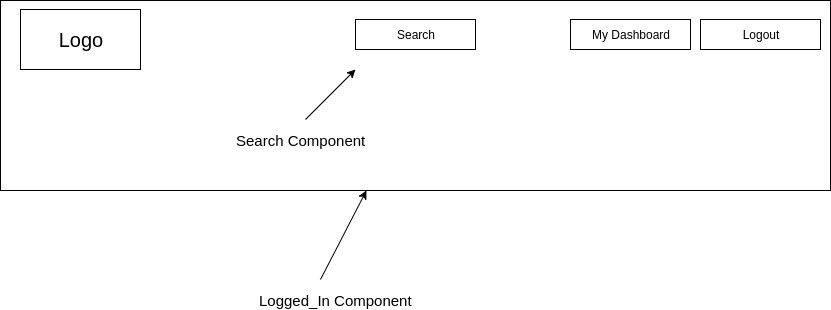
This is docs/wireframes/logged_in.png from bokats/project_proposal, a draw.io export, as it was before one commit. Source tidied: cells renumbered, new cells last; positions are measured from the earlier drawing's top-left corner, leaving out a move shared by most shapes.
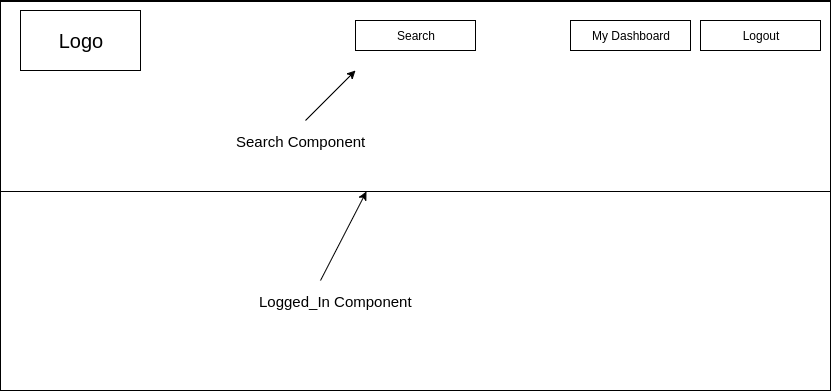
Later version of the same file.

Change to the diagram source:
```diff
@@ -2,6 +2,9 @@
   <root>
     <mxCell id="0" />
     <mxCell id="1" parent="0" />
+    <mxCell id="11" style="whiteSpace=wrap;html=1;fontSize=18;align=center;" parent="1" vertex="1">
+      <mxGeometry y="-1" width="830" height="390" as="geometry" />
+    </mxCell>
     <mxCell id="2" style="whiteSpace=wrap;html=1;align=center;" parent="1" vertex="1">
       <mxGeometry width="830" height="190" as="geometry" />
     </mxCell>
```
